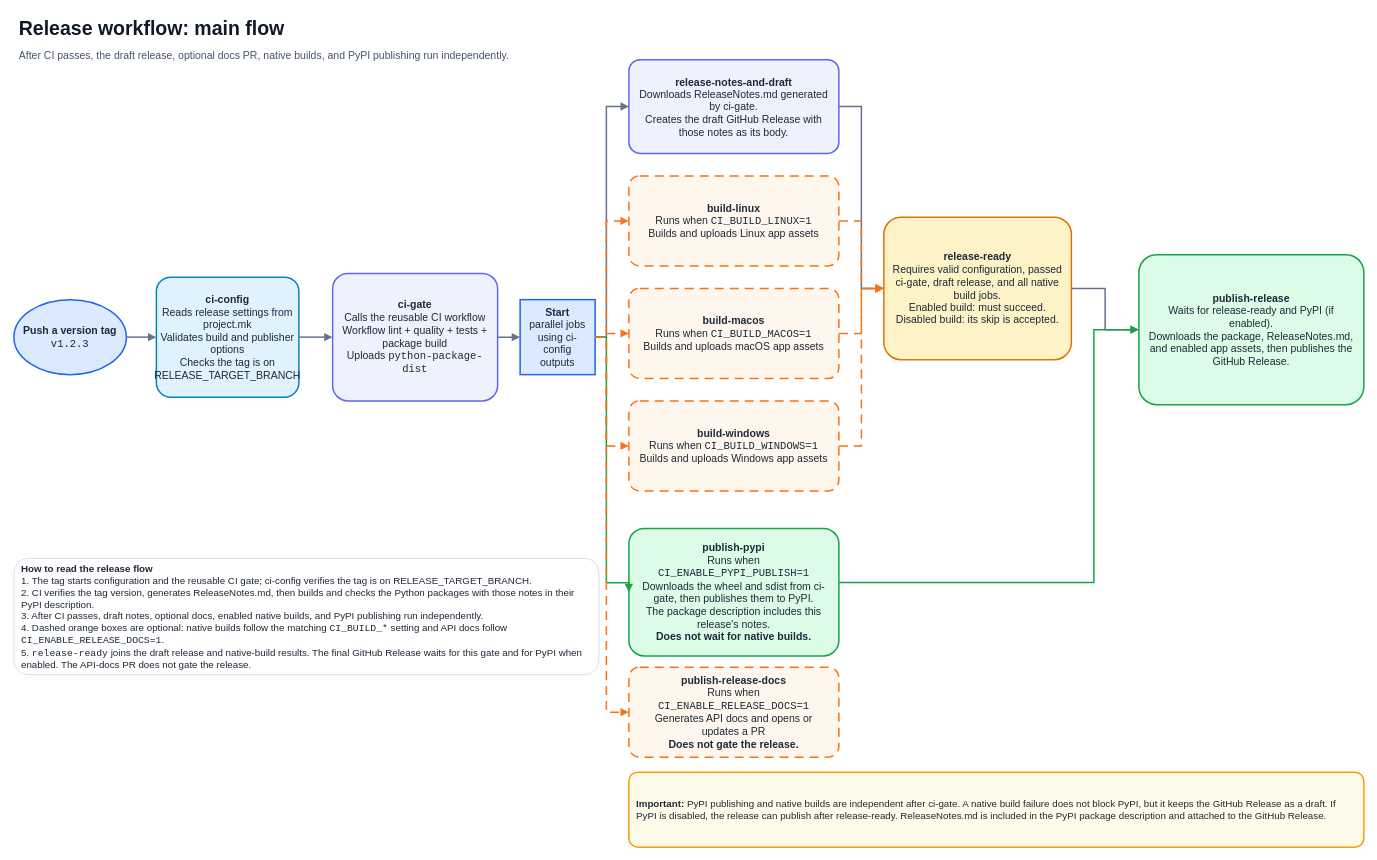
Above: page "2 · Release flow" (2 of 4) of docs/ci-workflows.drawio in GaaabLiz/Python-ci-make-template (draw.io), before the change. Source tidied: cells renumbered, new cells numbered last; positions are measured from the earlier drawing's top-left corner, leaving out a move shared by most shapes. Both pictures are drawn from the tidied source at 75%, with x=0, y=0 at pixel (14, 13).
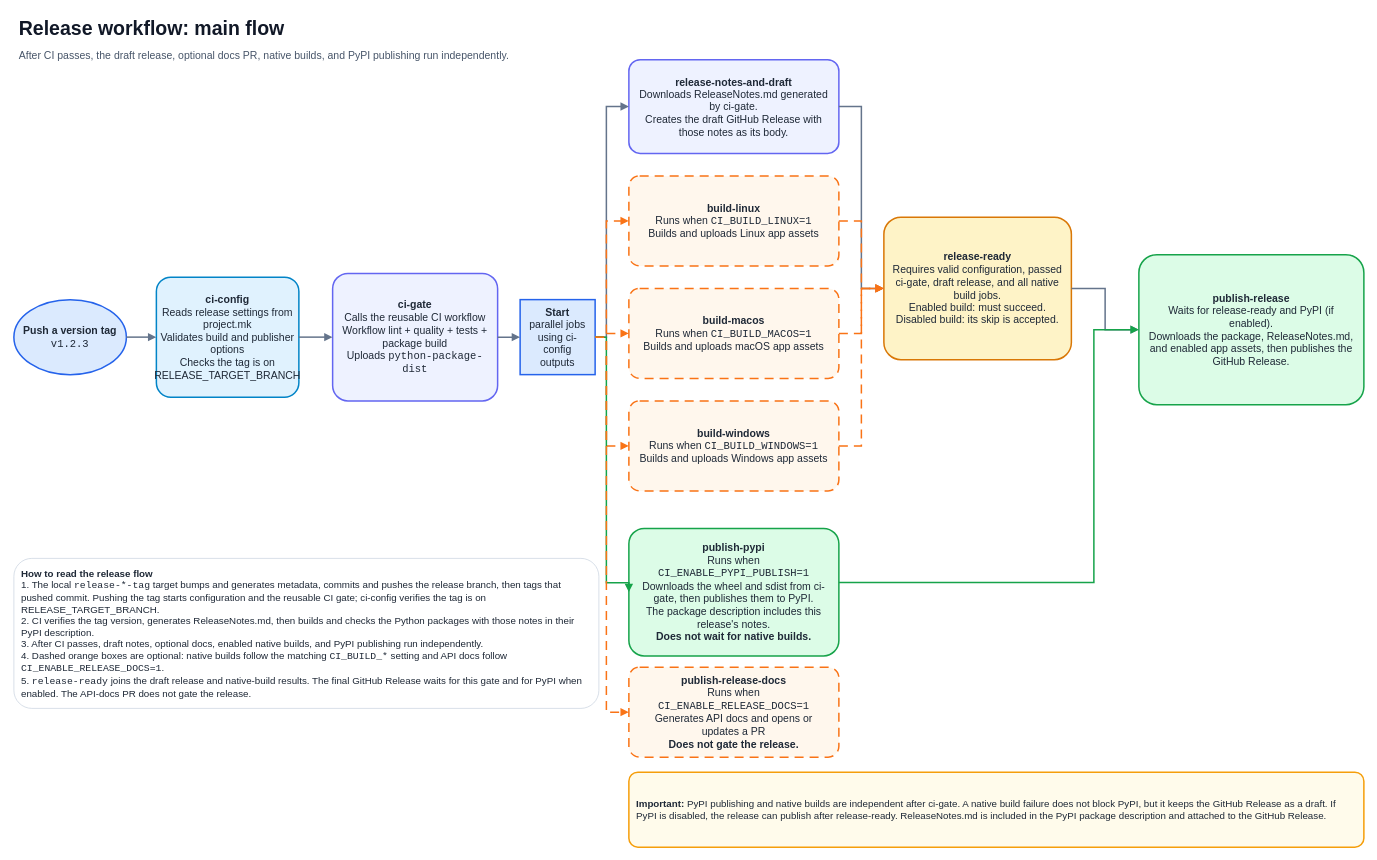
Above is the later version.

Commit message (it also covers changes not shown here):
fix(make): sequence builds and release tagging

Diff of the diagram source:
```diff
@@
-    <mxCell id="17" value="&lt;b&gt;How to read the release flow&lt;/b&gt;&lt;br&gt;1. The tag starts configuration and the reusable CI gate; ci-config verifies the tag is on RELEASE_TARGET_BRANCH.&lt;br&gt;2. CI verifies the tag version, generates ReleaseNotes.md, then builds and checks the Python packages with those notes in their PyPI description.&lt;br&gt;3. After CI passes, draft notes, optional docs, enabled native builds, and PyPI publishing run independently.&lt;br&gt;4. Dashed orange boxes are optional: native builds follow the matching &lt;code&gt;CI_BUILD_*&lt;/code&gt; setting and API docs follow &lt;code&gt;CI_ENABLE_RELEASE_DOCS=1&lt;/code&gt;.&lt;br&gt;5. &lt;code&gt;release-ready&lt;/code&gt; joins the draft release and native-build results. The final GitHub Release waits for this gate and for PyPI when enabled. The API-docs PR does not gate the release." style="rounded=1;whiteSpace=wrap;html=1;align=center;verticalAlign=middle;fontFamily=Helvetica;fontSize=14;fontColor=#1f2937;spacing=10;fillColor=#ffffff;strokeColor=#cbd5e1;strokeWidth=2;arcSize=12;align=left;fontSize=13;strokeWidth=1;" parent="1" vertex="1">
-      <mxGeometry y="727" width="780" height="155" as="geometry" />
+    <mxCell id="17" value="&lt;b&gt;How to read the release flow&lt;/b&gt;&lt;br&gt;1. The local &lt;code&gt;release-*-tag&lt;/code&gt; target bumps and generates metadata, commits and pushes the release branch, then tags that pushed commit. Pushing the tag starts configuration and the reusable CI gate; ci-config verifies the tag is on RELEASE_TARGET_BRANCH.&lt;br&gt;2. CI verifies the tag version, generates ReleaseNotes.md, then builds and checks the Python packages with those notes in their PyPI description.&lt;br&gt;3. After CI passes, draft notes, optional docs, enabled native builds, and PyPI publishing run independently.&lt;br&gt;4. Dashed orange boxes are optional: native builds follow the matching &lt;code&gt;CI_BUILD_*&lt;/code&gt; setting and API docs follow &lt;code&gt;CI_ENABLE_RELEASE_DOCS=1&lt;/code&gt;.&lt;br&gt;5. &lt;code&gt;release-ready&lt;/code&gt; joins the draft release and native-build results. The final GitHub Release waits for this gate and for PyPI when enabled. The API-docs PR does not gate the release." style="rounded=1;whiteSpace=wrap;html=1;align=center;verticalAlign=middle;fontFamily=Helvetica;fontSize=14;fontColor=#1f2937;spacing=10;fillColor=#ffffff;strokeColor=#cbd5e1;strokeWidth=2;arcSize=12;align=left;fontSize=13;strokeWidth=1;" parent="1" vertex="1">
+      <mxGeometry y="727" width="780" height="200" as="geometry" />
     </mxCell>
```
